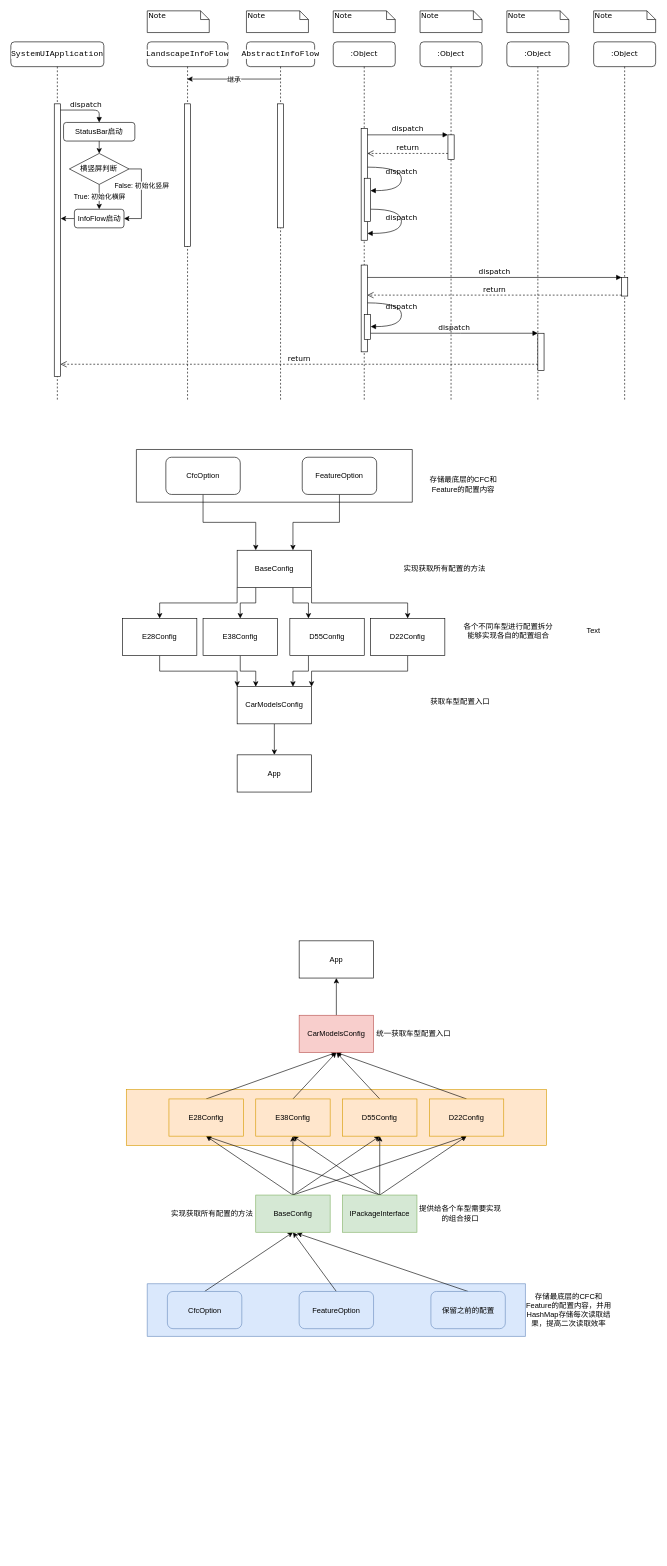
The draw.io diagram infoflow学习.drawio in NanShanWuLe/FirstGitHub, before the edit. Source tidied: cells renumbered, new cells numbered last; positions are measured from the earlier drawing's top-left corner, leaving out a move shared by most shapes. Both pictures are drawn from the tidied source at 62%, with x=0, y=0 at pixel (11, 11).
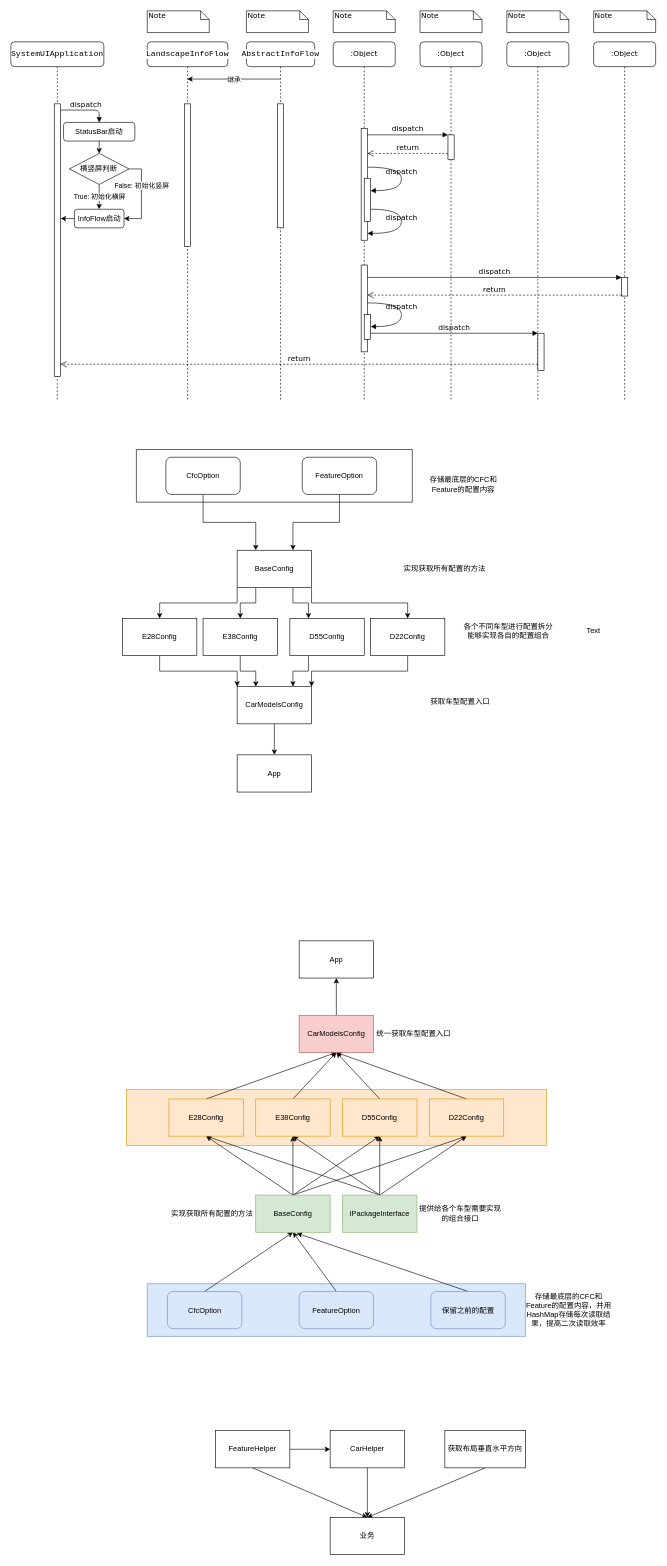
The same page after the edit.

The edit, as a diff of the source:
```diff
@@
+    <mxCell id="104" style="edgeStyle=none;rounded=0;jettySize=auto;html=1;exitX=1;exitY=0.5;exitDx=0;exitDy=0;entryX=0;entryY=0.5;entryDx=0;entryDy=0;" parent="1" edge="1" source="106" target="108">
+      <mxGeometry relative="1" as="geometry" />
+    </mxCell>
+    <mxCell id="105" style="edgeStyle=none;rounded=0;jettySize=auto;html=1;exitX=0.5;exitY=1;exitDx=0;exitDy=0;entryX=0.5;entryY=0;entryDx=0;entryDy=0;" parent="1" edge="1" source="106" target="111">
+      <mxGeometry relative="1" as="geometry" />
+    </mxCell>
+    <mxCell id="106" value="FeatureHelper" style="rounded=0;whiteSpace=wrap;html=1;" parent="1" vertex="1">
+      <mxGeometry x="330" y="2290" width="120" height="60" as="geometry" />
+    </mxCell>
+    <mxCell id="107" style="edgeStyle=none;rounded=0;jettySize=auto;html=1;exitX=0.5;exitY=1;exitDx=0;exitDy=0;entryX=0.5;entryY=0;entryDx=0;entryDy=0;" parent="1" edge="1" source="108" target="111">
+      <mxGeometry relative="1" as="geometry" />
+    </mxCell>
+    <mxCell id="108" value="CarHelper" style="rounded=0;whiteSpace=wrap;html=1;" parent="1" vertex="1">
+      <mxGeometry x="515" y="2290" width="120" height="60" as="geometry" />
+    </mxCell>
+    <mxCell id="109" style="edgeStyle=none;rounded=0;jettySize=auto;html=1;exitX=0.5;exitY=1;exitDx=0;exitDy=0;entryX=0.5;entryY=0;entryDx=0;entryDy=0;" parent="1" edge="1" source="110" target="111">
+      <mxGeometry relative="1" as="geometry" />
+    </mxCell>
+    <mxCell id="110" value="获取布局垂直水平方向" style="rounded=0;whiteSpace=wrap;html=1;" parent="1" vertex="1">
+      <mxGeometry x="700" y="2290" width="130" height="60" as="geometry" />
+    </mxCell>
+    <mxCell id="111" value="业务" style="rounded=0;whiteSpace=wrap;html=1;" parent="1" vertex="1">
+      <mxGeometry x="515" y="2430" width="120" height="60" as="geometry" />
+    </mxCell>
```
